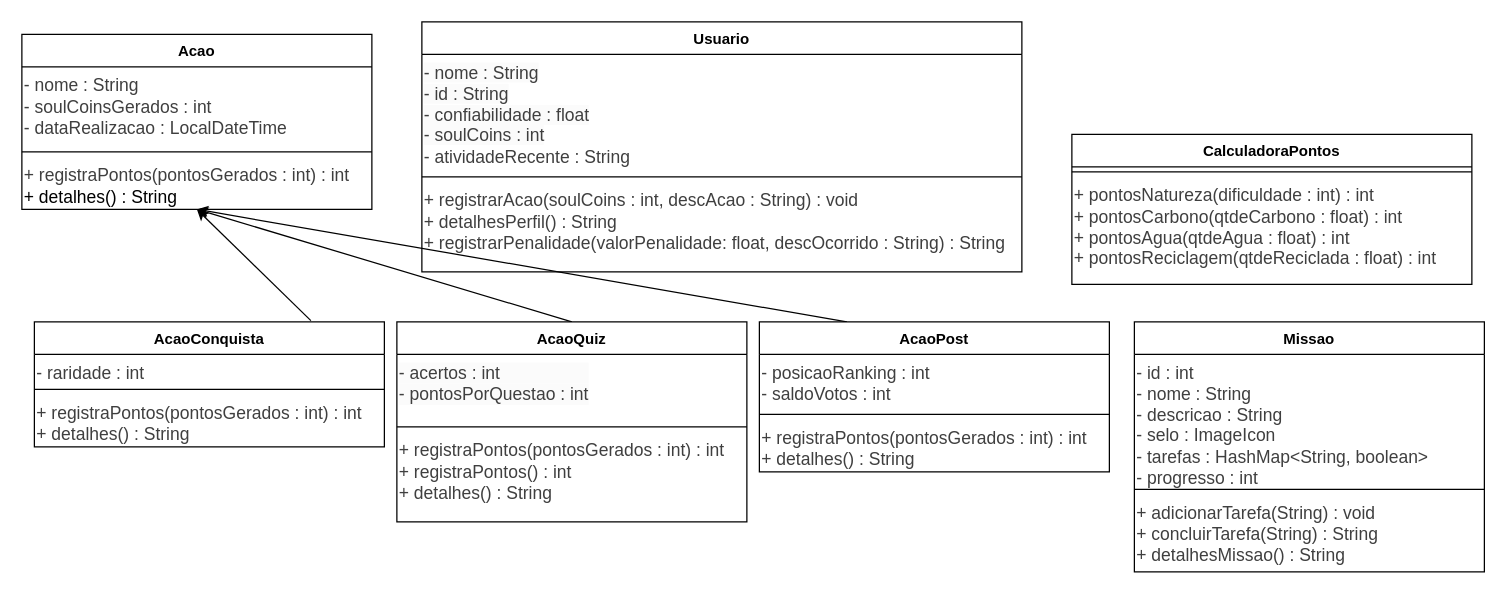
Above: diagrams/diagrama-classes.drawio in SolConTech/ecoscore-java-db (draw.io), before the change. Source tidied: cells renumbered, new cells numbered last; positions are measured from the earlier drawing's top-left corner, leaving out a move shared by most shapes. Both pictures are drawn from the tidied source at 125%, with x=0, y=0 at pixel (21, 21).
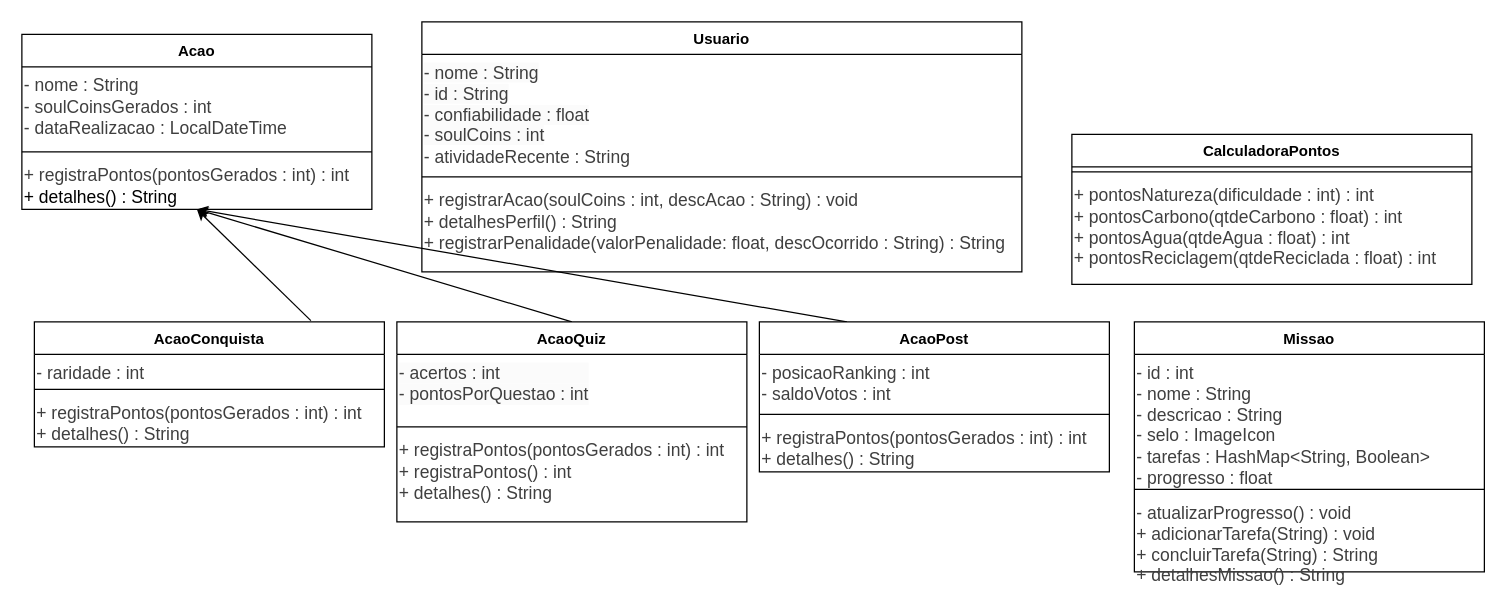
The same page after the edit.

Commit message:
docs: diagrama-classes.drawio atualizado conforme viabilidade da nova classe.

The change refers to these unchanged cells:
```xml
<mxCell id="28" value="Missao" style="swimlane;fontStyle=1;align=center;verticalAlign=top;horizontal=1;startSize=26;whiteSpace=wrap;html=1;" parent="1" vertex="1">
  <mxGeometry x="890" y="240" width="280" height="200" as="geometry" />
</mxCell>
```

The edit, as a diff of the source:
```diff
@@
-    <mxCell id="29" value="&lt;div&gt;&lt;span style=&quot;color: rgb(63, 63, 63); font-size: 14px; background-color: transparent;&quot;&gt;- id : int&lt;/span&gt;&lt;/div&gt;&lt;div&gt;&lt;span style=&quot;color: rgb(63, 63, 63); font-size: 14px; background-color: transparent;&quot;&gt;- nome : String&lt;/span&gt;&lt;/div&gt;&lt;div&gt;&lt;span style=&quot;color: rgb(63, 63, 63); font-size: 14px; background-color: transparent;&quot;&gt;- descricao : String&lt;/span&gt;&lt;/div&gt;&lt;div&gt;&lt;span style=&quot;color: rgb(63, 63, 63); font-size: 14px; background-color: transparent;&quot;&gt;&lt;span style=&quot;color: rgb(63, 63, 63);&quot;&gt;- selo : ImageIcon&lt;/span&gt;&lt;/span&gt;&lt;/div&gt;&lt;div&gt;&lt;span style=&quot;color: rgb(63, 63, 63); font-size: 14px; background-color: transparent;&quot;&gt;&lt;span style=&quot;color: rgb(63, 63, 63);&quot;&gt;- tarefas : HashMap&amp;lt;String, boolean&amp;gt;&lt;/span&gt;&lt;/span&gt;&lt;/div&gt;&lt;div&gt;&lt;span style=&quot;color: rgb(63, 63, 63); font-size: 14px; background-color: transparent;&quot;&gt;&lt;span style=&quot;color: rgb(63, 63, 63);&quot;&gt;- progresso : int&lt;/span&gt;&lt;/span&gt;&lt;/div&gt;" style="text;whiteSpace=wrap;html=1;" parent="28" vertex="1">
+    <mxCell id="29" value="&lt;div&gt;&lt;span style=&quot;color: rgb(63, 63, 63); font-size: 14px; background-color: transparent;&quot;&gt;- id : int&lt;/span&gt;&lt;/div&gt;&lt;div&gt;&lt;span style=&quot;color: rgb(63, 63, 63); font-size: 14px; background-color: transparent;&quot;&gt;- nome : String&lt;/span&gt;&lt;/div&gt;&lt;div&gt;&lt;span style=&quot;color: rgb(63, 63, 63); font-size: 14px; background-color: transparent;&quot;&gt;- descricao : String&lt;/span&gt;&lt;/div&gt;&lt;div&gt;&lt;span style=&quot;color: rgb(63, 63, 63); font-size: 14px; background-color: transparent;&quot;&gt;&lt;span style=&quot;color: rgb(63, 63, 63);&quot;&gt;- selo : ImageIcon&lt;/span&gt;&lt;/span&gt;&lt;/div&gt;&lt;div&gt;&lt;span style=&quot;color: rgb(63, 63, 63); font-size: 14px; background-color: transparent;&quot;&gt;&lt;span style=&quot;color: rgb(63, 63, 63);&quot;&gt;- tarefas : HashMap&amp;lt;String, Boolean&amp;gt;&lt;/span&gt;&lt;/span&gt;&lt;/div&gt;&lt;div&gt;&lt;span style=&quot;color: rgb(63, 63, 63); font-size: 14px; background-color: transparent;&quot;&gt;&lt;span style=&quot;color: rgb(63, 63, 63);&quot;&gt;- progresso : float&lt;/span&gt;&lt;/span&gt;&lt;/div&gt;" style="text;whiteSpace=wrap;html=1;" parent="28" vertex="1">
       <mxGeometry y="26" width="280" height="104" as="geometry" />
     </mxCell>
@@
-    <mxCell id="31" value="&lt;div style=&quot;scrollbar-color: rgb(226, 226, 226) rgb(251, 251, 251); color: rgb(63, 63, 63);&quot;&gt;&lt;div style=&quot;scrollbar-color: rgb(226, 226, 226) rgb(251, 251, 251); color: rgb(63, 63, 63);&quot;&gt;&lt;span style=&quot;font-size: 14px;&quot;&gt;+ adicionarTarefa(String) : void&lt;/span&gt;&lt;/div&gt;&lt;div style=&quot;scrollbar-color: rgb(226, 226, 226) rgb(251, 251, 251); color: rgb(63, 63, 63);&quot;&gt;&lt;span style=&quot;font-size: 14px;&quot;&gt;+ concluirTarefa(String) : String&lt;/span&gt;&lt;/div&gt;&lt;div style=&quot;scrollbar-color: rgb(226, 226, 226) rgb(251, 251, 251); color: rgb(63, 63, 63);&quot;&gt;&lt;span style=&quot;font-size: 14px;&quot;&gt;+ detalhesMissao() : String&lt;/span&gt;&lt;/div&gt;&lt;/div&gt;" style="text;whiteSpace=wrap;html=1;" parent="28" vertex="1">
+    <mxCell id="31" value="&lt;div style=&quot;scrollbar-color: rgb(226, 226, 226) rgb(251, 251, 251); color: rgb(63, 63, 63);&quot;&gt;&lt;div style=&quot;scrollbar-color: rgb(226, 226, 226) rgb(251, 251, 251); color: rgb(63, 63, 63);&quot;&gt;&lt;span style=&quot;font-size: 14px;&quot;&gt;- atualizarProgresso() : void&lt;/span&gt;&lt;/div&gt;&lt;div style=&quot;scrollbar-color: rgb(226, 226, 226) rgb(251, 251, 251); color: rgb(63, 63, 63);&quot;&gt;&lt;span style=&quot;font-size: 14px;&quot;&gt;+ adicionarTarefa(String) : void&lt;/span&gt;&lt;/div&gt;&lt;div style=&quot;scrollbar-color: rgb(226, 226, 226) rgb(251, 251, 251); color: rgb(63, 63, 63);&quot;&gt;&lt;span style=&quot;font-size: 14px;&quot;&gt;+ concluirTarefa(String) : String&lt;/span&gt;&lt;/div&gt;&lt;div style=&quot;scrollbar-color: rgb(226, 226, 226) rgb(251, 251, 251); color: rgb(63, 63, 63);&quot;&gt;&lt;span style=&quot;font-size: 14px;&quot;&gt;+ detalhesMissao() : String&lt;/span&gt;&lt;/div&gt;&lt;/div&gt;" style="text;whiteSpace=wrap;html=1;" parent="28" vertex="1">
       <mxGeometry y="138" width="280" height="62" as="geometry" />
     </mxCell>
```
